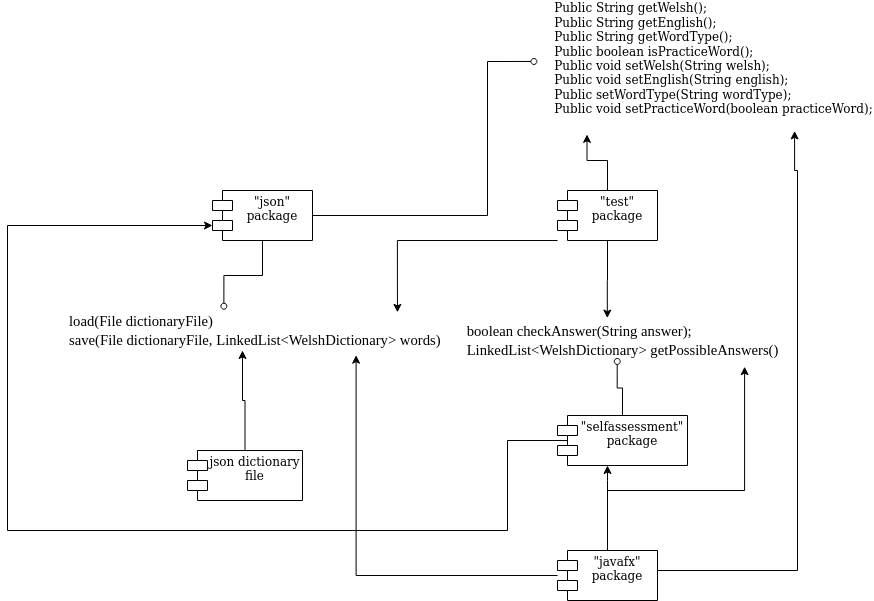
This is docs/design_spec/src/media/img/GP20-Component-Diagram.png from SaltyW123/gp20, a draw.io export, as it was before one commit. Source tidied: cells renumbered, new cells last; positions are measured from the earlier drawing's top-left corner, leaving out a move shared by most shapes.
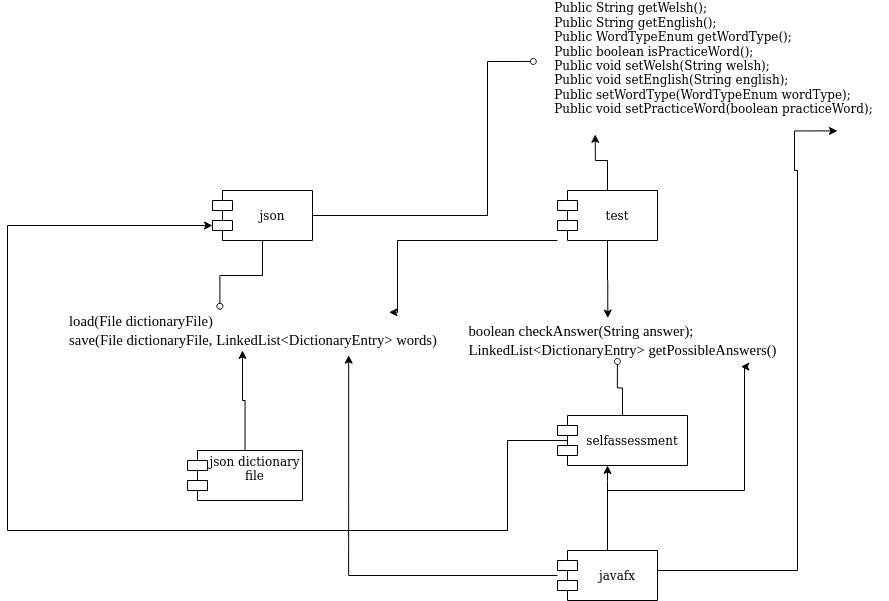
Above is the later version.

Commit message:
corrected issues with component diagram

The edit, as a diff of the source:
```diff
@@ -15,7 +15,7 @@
         </Array>
       </mxGeometry>
     </mxCell>
-    <mxCell id="5" value="&quot;test&quot;&#10;package&#10;" style="shape=module;align=left;spacingLeft=20;align=center;verticalAlign=middle;" parent="1" vertex="1">
+    <mxCell id="5" value="test" style="shape=module;align=left;spacingLeft=20;align=center;verticalAlign=middle;" parent="1" vertex="1">
       <mxGeometry x="550" y="190" width="100" height="50" as="geometry" />
     </mxCell>
     <mxCell id="6" style="edgeStyle=orthogonalEdgeStyle;rounded=0;jettySize=auto;html=1;endArrow=oval;endFill=0;entryX=-0.012;entryY=0.469;entryDx=0;entryDy=0;entryPerimeter=0;exitX=1;exitY=0.5;exitDx=0;exitDy=0;" parent="1" edge="1" source="7" target="20">
@@ -26,7 +26,7 @@
         </Array>
       </mxGeometry>
     </mxCell>
-    <mxCell id="7" value="&quot;json&quot;&#10;package&#10;" style="shape=module;align=left;spacingLeft=20;align=center;verticalAlign=middle;" parent="1" vertex="1">
+    <mxCell id="7" value="json" style="shape=module;align=left;spacingLeft=20;align=center;verticalAlign=middle;" parent="1" vertex="1">
       <mxGeometry x="205" y="190" width="100" height="50" as="geometry" />
     </mxCell>
     <mxCell id="8" style="edgeStyle=orthogonalEdgeStyle;rounded=0;jettySize=auto;html=1;entryX=0.74;entryY=1.118;entryDx=0;entryDy=0;entryPerimeter=0;endArrow=classic;endFill=1;" parent="1" edge="1" source="12" target="19">
@@ -57,7 +57,7 @@
         </Array>
       </mxGeometry>
     </mxCell>
-    <mxCell id="12" value="&quot;javafx&quot;&#10;package&#10;" style="shape=module;align=left;spacingLeft=20;align=center;verticalAlign=middle;" parent="1" vertex="1">
+    <mxCell id="12" value="javafx" style="shape=module;align=left;spacingLeft=20;align=center;verticalAlign=middle;" parent="1" vertex="1">
       <mxGeometry x="550" y="550" width="100" height="50" as="geometry" />
     </mxCell>
     <mxCell id="13" style="edgeStyle=orthogonalEdgeStyle;rounded=0;jettySize=auto;html=1;startArrow=none;startFill=0;endArrow=oval;endFill=0;entryX=0.484;entryY=1.024;entryDx=0;entryDy=0;entryPerimeter=0;" parent="1" edge="1" source="15" target="21">
@@ -74,7 +74,7 @@
         </Array>
       </mxGeometry>
     </mxCell>
-    <mxCell id="15" value="&quot;selfassessment&quot;&#10;package&#10;" style="shape=module;align=left;spacingLeft=20;align=center;verticalAlign=middle;" parent="1" vertex="1">
+    <mxCell id="15" value="selfassessment" style="shape=module;align=left;spacingLeft=20;align=center;verticalAlign=middle;" parent="1" vertex="1">
       <mxGeometry x="550" y="415" width="130" height="50" as="geometry" />
     </mxCell>
     <mxCell id="16" style="edgeStyle=orthogonalEdgeStyle;rounded=0;jettySize=auto;html=1;endArrow=none;endFill=0;startArrow=oval;startFill=0;exitX=0.401;exitY=-0.107;exitDx=0;exitDy=0;exitPerimeter=0;" parent="1" edge="1" source="19" target="7">
@@ -88,14 +88,14 @@
     <mxCell id="18" value="json dictionary&#10;file&#10;" style="shape=module;align=left;spacingLeft=20;align=center;verticalAlign=middle;" parent="1" vertex="1">
       <mxGeometry x="180" y="450" width="115" height="50" as="geometry" />
     </mxCell>
-    <mxCell id="19" value="&lt;div style=&quot;font-size: 14.6667px&quot; align=&quot;left&quot;&gt;&lt;span style=&quot;font-size: 11pt ; font-family: &amp;#34;times new roman&amp;#34; , &amp;#34;times new roman_msfontservice&amp;#34; , serif ; line-height: 19.425px&quot; class=&quot;TextRun  BCX2 SCXW83813342&quot; lang=&quot;EN-US&quot;&gt;&lt;span class=&quot;NormalTextRun  BCX2 SCXW83813342&quot; style=&quot;background-color: inherit&quot;&gt;&lt;/span&gt;&lt;span class=&quot;ContextualSpellingAndGrammarError  BCX2 SCXW83813342&quot; style=&quot;background-color: inherit&quot;&gt;load(&lt;/span&gt;&lt;span class=&quot;NormalTextRun  BCX2 SCXW83813342&quot; style=&quot;background-color: inherit&quot;&gt;File &lt;/span&gt;&lt;span class=&quot;SpellingError  BCX2 SCXW83813342&quot; style=&quot;background-color: inherit&quot;&gt;dictionaryFile&lt;/span&gt;&lt;span class=&quot;NormalTextRun  BCX2 SCXW83813342&quot; style=&quot;background-color: inherit&quot;&gt;)&lt;/span&gt;&lt;/span&gt;&lt;br&gt;&lt;span style=&quot;font-size: 11pt ; font-family: &amp;#34;times new roman&amp;#34; , &amp;#34;times new roman_msfontservice&amp;#34; , serif ; line-height: 19.425px&quot; class=&quot;TextRun  BCX2 SCXW83813342&quot; lang=&quot;EN-US&quot;&gt;&lt;span class=&quot;NormalTextRun  BCX2 SCXW83813342&quot; style=&quot;background-color: inherit&quot;&gt;&lt;span style=&quot;font-size: 11pt ; font-family: &amp;#34;times new roman&amp;#34; , &amp;#34;times new roman_msfontservice&amp;#34; , serif ; line-height: 19.425px&quot; class=&quot;TextRun  BCX2 SCXW60340633&quot; lang=&quot;EN-US&quot;&gt;&lt;span class=&quot;NormalTextRun  BCX2 SCXW60340633&quot; style=&quot;background-color: inherit&quot;&gt;&lt;/span&gt;&lt;span class=&quot;ContextualSpellingAndGrammarError  BCX2 SCXW60340633&quot; style=&quot;background-color: inherit&quot;&gt;save(&lt;/span&gt;&lt;span class=&quot;NormalTextRun  BCX2 SCXW60340633&quot; style=&quot;background-color: inherit&quot;&gt;File &lt;/span&gt;&lt;span class=&quot;SpellingError  BCX2 SCXW60340633&quot; style=&quot;background-color: inherit&quot;&gt;dictionaryFile&lt;/span&gt;&lt;span class=&quot;NormalTextRun  BCX2 SCXW60340633&quot; style=&quot;background-color: inherit&quot;&gt;, LinkedList&amp;lt;&lt;/span&gt;&lt;span class=&quot;SpellingError  BCX2 SCXW60340633&quot; style=&quot;background-color: inherit&quot;&gt;WelshDictionary&lt;/span&gt;&lt;span class=&quot;NormalTextRun  BCX2 SCXW60340633&quot; style=&quot;background-color: inherit&quot;&gt;&amp;gt; words)&lt;/span&gt;&lt;/span&gt;&lt;/span&gt;&lt;/span&gt;&lt;/div&gt;" style="text;html=1;align=left;verticalAlign=middle;points=[];" parent="1" vertex="1">
-      <mxGeometry x="60" y="310" width="390" height="40" as="geometry" />
+    <mxCell id="19" value="&lt;div style=&quot;font-size: 14.6667px&quot; align=&quot;left&quot;&gt;&lt;span style=&quot;font-size: 11pt ; font-family: &amp;#34;times new roman&amp;#34; , &amp;#34;times new roman_msfontservice&amp;#34; , serif ; line-height: 19.425px&quot; class=&quot;TextRun  BCX2 SCXW83813342&quot; lang=&quot;EN-US&quot;&gt;&lt;span class=&quot;NormalTextRun  BCX2 SCXW83813342&quot; style=&quot;background-color: inherit&quot;&gt;&lt;/span&gt;&lt;span class=&quot;ContextualSpellingAndGrammarError  BCX2 SCXW83813342&quot; style=&quot;background-color: inherit&quot;&gt;load(&lt;/span&gt;&lt;span class=&quot;NormalTextRun  BCX2 SCXW83813342&quot; style=&quot;background-color: inherit&quot;&gt;File &lt;/span&gt;&lt;span class=&quot;SpellingError  BCX2 SCXW83813342&quot; style=&quot;background-color: inherit&quot;&gt;dictionaryFile&lt;/span&gt;&lt;span class=&quot;NormalTextRun  BCX2 SCXW83813342&quot; style=&quot;background-color: inherit&quot;&gt;)&lt;/span&gt;&lt;/span&gt;&lt;br&gt;&lt;span style=&quot;font-size: 11pt ; font-family: &amp;#34;times new roman&amp;#34; , &amp;#34;times new roman_msfontservice&amp;#34; , serif ; line-height: 19.425px&quot; class=&quot;TextRun  BCX2 SCXW83813342&quot; lang=&quot;EN-US&quot;&gt;&lt;span class=&quot;NormalTextRun  BCX2 SCXW83813342&quot; style=&quot;background-color: inherit&quot;&gt;&lt;span style=&quot;font-size: 11pt ; font-family: &amp;#34;times new roman&amp;#34; , &amp;#34;times new roman_msfontservice&amp;#34; , serif ; line-height: 19.425px&quot; class=&quot;TextRun  BCX2 SCXW60340633&quot; lang=&quot;EN-US&quot;&gt;&lt;span class=&quot;NormalTextRun  BCX2 SCXW60340633&quot; style=&quot;background-color: inherit&quot;&gt;&lt;/span&gt;&lt;span class=&quot;ContextualSpellingAndGrammarError  BCX2 SCXW60340633&quot; style=&quot;background-color: inherit&quot;&gt;save(&lt;/span&gt;&lt;span class=&quot;NormalTextRun  BCX2 SCXW60340633&quot; style=&quot;background-color: inherit&quot;&gt;File &lt;/span&gt;&lt;span class=&quot;SpellingError  BCX2 SCXW60340633&quot; style=&quot;background-color: inherit&quot;&gt;dictionaryFile&lt;/span&gt;&lt;span class=&quot;NormalTextRun  BCX2 SCXW60340633&quot; style=&quot;background-color: inherit&quot;&gt;, LinkedList&amp;lt;DictionaryEntry&lt;/span&gt;&lt;span class=&quot;NormalTextRun  BCX2 SCXW60340633&quot; style=&quot;background-color: inherit&quot;&gt;&amp;gt; words)&lt;/span&gt;&lt;/span&gt;&lt;/span&gt;&lt;/span&gt;&lt;/div&gt;" style="text;html=1;align=left;verticalAlign=middle;points=[];" parent="1" vertex="1">
+      <mxGeometry x="60" y="310" width="380" height="40" as="geometry" />
     </mxCell>
-    <mxCell id="20" value="&lt;div align=&quot;left&quot;&gt;&amp;nbsp;&amp;nbsp;&amp;nbsp; Public String getWelsh(); &lt;br&gt;&amp;nbsp;&amp;nbsp;&amp;nbsp; Public String getEnglish(); &lt;br&gt;&amp;nbsp;&amp;nbsp;&amp;nbsp; Public String getWordType(); &lt;br&gt;&amp;nbsp;&amp;nbsp;&amp;nbsp; Public boolean isPracticeWord(); &lt;br&gt;&amp;nbsp;&amp;nbsp;&amp;nbsp; Public void setWelsh(String welsh); &lt;br&gt;&amp;nbsp;&amp;nbsp;&amp;nbsp; Public void setEnglish(String english); &lt;br&gt;&amp;nbsp;&amp;nbsp;&amp;nbsp; Public setWordType(String wordType); &lt;br&gt;&amp;nbsp;&amp;nbsp;&amp;nbsp; Public void setPracticeWord(boolean practiceWord); &lt;br&gt;&lt;br&gt;&lt;/div&gt;" style="text;html=1;align=left;verticalAlign=middle;points=[];" parent="1" vertex="1">
-      <mxGeometry x="530" width="300" height="130" as="geometry" />
+    <mxCell id="20" value="&lt;div align=&quot;left&quot;&gt;&amp;nbsp;&amp;nbsp;&amp;nbsp; Public String getWelsh(); &lt;br&gt;&amp;nbsp;&amp;nbsp;&amp;nbsp; Public String getEnglish(); &lt;br&gt;&amp;nbsp;&amp;nbsp;&amp;nbsp; Public WordTypeEnum getWordType(); &lt;br&gt;&amp;nbsp;&amp;nbsp;&amp;nbsp; Public boolean isPracticeWord(); &lt;br&gt;&amp;nbsp;&amp;nbsp;&amp;nbsp; Public void setWelsh(String welsh); &lt;br&gt;&amp;nbsp;&amp;nbsp;&amp;nbsp; Public void setEnglish(String english); &lt;br&gt;&amp;nbsp;&amp;nbsp;&amp;nbsp; Public setWordType(WordTypeEnum wordType); &lt;br&gt;&amp;nbsp;&amp;nbsp;&amp;nbsp; Public void setPracticeWord(boolean practiceWord); &lt;br&gt;&lt;br&gt;&lt;/div&gt;" style="text;html=1;align=left;verticalAlign=middle;points=[];" parent="1" vertex="1">
+      <mxGeometry x="530" width="350" height="130" as="geometry" />
     </mxCell>
-    <mxCell id="21" value="&lt;div align=&quot;left&quot;&gt;&lt;span style=&quot;color: rgb(0 , 0 , 0) ; font-size: 11pt ; font-family: &amp;#34;times new roman&amp;#34; , &amp;#34;times new roman_msfontservice&amp;#34; , serif ; line-height: 19.275px&quot; class=&quot;TextRun SCXW201480248 BCX2&quot; lang=&quot;EN-US&quot;&gt;&lt;span class=&quot;NormalTextRun SCXW201480248 BCX2&quot; style=&quot;background-color: inherit&quot;&gt;&lt;/span&gt;&lt;span class=&quot;SpellingError SCXW201480248 BCX2&quot; style=&quot;background-color: inherit&quot;&gt;boolean&lt;/span&gt;&lt;span class=&quot;NormalTextRun SCXW201480248 BCX2&quot; style=&quot;background-color: inherit&quot;&gt; &lt;/span&gt;&lt;span class=&quot;SpellingError SCXW201480248 BCX2&quot; style=&quot;background-color: inherit&quot;&gt;checkAnswer&lt;/span&gt;&lt;span class=&quot;NormalTextRun SCXW201480248 BCX2&quot; style=&quot;background-color: inherit&quot;&gt;(String answer);&lt;/span&gt;&lt;br&gt;&lt;/span&gt;&lt;/div&gt;&lt;div align=&quot;left&quot;&gt;&lt;span style=&quot;color: rgb(0 , 0 , 0) ; font-size: 11pt ; font-family: &amp;#34;times new roman&amp;#34; , &amp;#34;times new roman_msfontservice&amp;#34; , serif ; line-height: 19.275px&quot; class=&quot;TextRun  BCX2 SCXW27121808&quot; lang=&quot;EN-US&quot;&gt;&lt;span class=&quot;NormalTextRun  BCX2 SCXW27121808&quot; style=&quot;background-color: inherit&quot;&gt;LinkedList&amp;lt;&lt;/span&gt;&lt;span class=&quot;SpellingError  BCX2 SCXW27121808&quot; style=&quot;background-color: inherit&quot;&gt;WelshDictionary&lt;/span&gt;&lt;span class=&quot;NormalTextRun  BCX2 SCXW27121808&quot; style=&quot;background-color: inherit&quot;&gt;&amp;gt; &lt;/span&gt;&lt;span class=&quot;SpellingError  BCX2 SCXW27121808&quot; style=&quot;background-color: inherit&quot;&gt;getPossibleAnswers&lt;/span&gt;&lt;span class=&quot;NormalTextRun  BCX2 SCXW27121808&quot; style=&quot;background-color: inherit&quot;&gt;()&lt;/span&gt;&lt;/span&gt;&lt;br&gt;&lt;span style=&quot;color: rgb(0 , 0 , 0) ; font-size: 11pt ; font-family: &amp;#34;times new roman&amp;#34; , &amp;#34;times new roman_msfontservice&amp;#34; , serif ; line-height: 19.275px&quot; class=&quot;TextRun SCXW201480248 BCX2&quot; lang=&quot;EN-US&quot;&gt;&lt;/span&gt;&lt;/div&gt;" style="text;html=1;align=center;verticalAlign=middle;points=[];" parent="1" vertex="1">
-      <mxGeometry x="450" y="320" width="330" height="40" as="geometry" />
+    <mxCell id="21" value="&lt;div align=&quot;left&quot;&gt;&lt;span style=&quot;color: rgb(0 , 0 , 0) ; font-size: 11pt ; font-family: &amp;#34;times new roman&amp;#34; , &amp;#34;times new roman_msfontservice&amp;#34; , serif ; line-height: 19.275px&quot; class=&quot;TextRun SCXW201480248 BCX2&quot; lang=&quot;EN-US&quot;&gt;&lt;span class=&quot;NormalTextRun SCXW201480248 BCX2&quot; style=&quot;background-color: inherit&quot;&gt;&lt;/span&gt;&lt;span class=&quot;SpellingError SCXW201480248 BCX2&quot; style=&quot;background-color: inherit&quot;&gt;boolean&lt;/span&gt;&lt;span class=&quot;NormalTextRun SCXW201480248 BCX2&quot; style=&quot;background-color: inherit&quot;&gt; &lt;/span&gt;&lt;span class=&quot;SpellingError SCXW201480248 BCX2&quot; style=&quot;background-color: inherit&quot;&gt;checkAnswer&lt;/span&gt;&lt;span class=&quot;NormalTextRun SCXW201480248 BCX2&quot; style=&quot;background-color: inherit&quot;&gt;(String answer);&lt;/span&gt;&lt;br&gt;&lt;/span&gt;&lt;/div&gt;&lt;div align=&quot;left&quot;&gt;&lt;span style=&quot;color: rgb(0 , 0 , 0) ; font-size: 11pt ; font-family: &amp;#34;times new roman&amp;#34; , &amp;#34;times new roman_msfontservice&amp;#34; , serif ; line-height: 19.275px&quot; class=&quot;TextRun  BCX2 SCXW27121808&quot; lang=&quot;EN-US&quot;&gt;&lt;span class=&quot;NormalTextRun  BCX2 SCXW27121808&quot; style=&quot;background-color: inherit&quot;&gt;LinkedList&amp;lt;&lt;/span&gt;&lt;span class=&quot;SpellingError  BCX2 SCXW27121808&quot; style=&quot;background-color: inherit&quot;&gt;DictionaryEntry&lt;/span&gt;&lt;span class=&quot;NormalTextRun  BCX2 SCXW27121808&quot; style=&quot;background-color: inherit&quot;&gt;&amp;gt; &lt;/span&gt;&lt;span class=&quot;SpellingError  BCX2 SCXW27121808&quot; style=&quot;background-color: inherit&quot;&gt;getPossibleAnswers&lt;/span&gt;&lt;span class=&quot;NormalTextRun  BCX2 SCXW27121808&quot; style=&quot;background-color: inherit&quot;&gt;()&lt;/span&gt;&lt;/span&gt;&lt;br&gt;&lt;span style=&quot;color: rgb(0 , 0 , 0) ; font-size: 11pt ; font-family: &amp;#34;times new roman&amp;#34; , &amp;#34;times new roman_msfontservice&amp;#34; , serif ; line-height: 19.275px&quot; class=&quot;TextRun SCXW201480248 BCX2&quot; lang=&quot;EN-US&quot;&gt;&lt;/span&gt;&lt;/div&gt;" style="text;html=1;align=center;verticalAlign=middle;points=[];" parent="1" vertex="1">
+      <mxGeometry x="455" y="320" width="320" height="40" as="geometry" />
     </mxCell>
   </root>
 </mxGraphModel>
```
